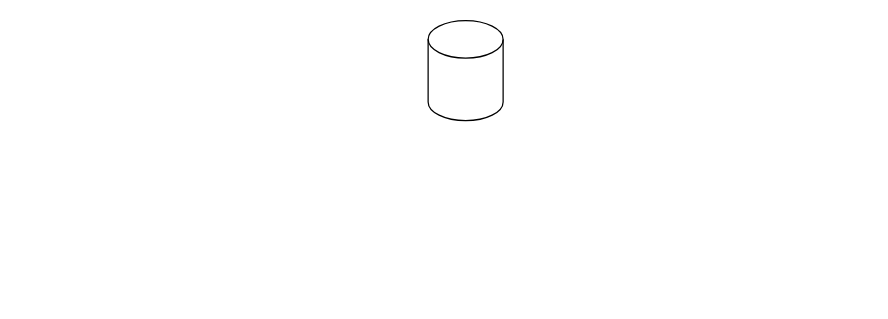
Above: test.drawio in hahadaxia/diagrams (draw.io), before the change. Source tidied: cells renumbered, new cells numbered last; positions are measured from the earlier drawing's top-left corner, leaving out a move shared by most shapes. Both pictures are drawn from the tidied source at 125%, with x=0, y=0 at pixel (428, 20).
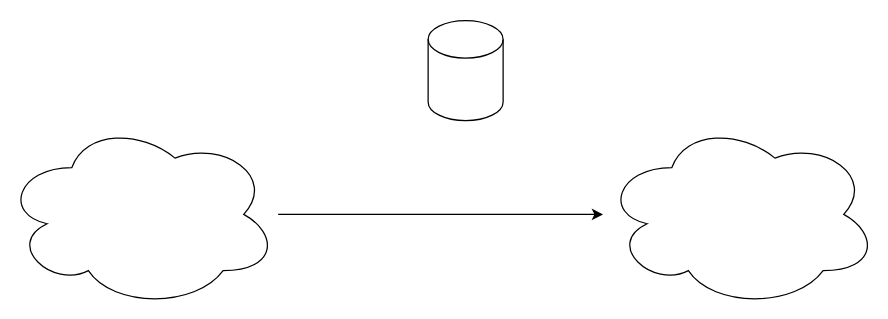
Above is the later version.

Change to the diagram source:
```diff
@@
 <mxGraphModel>
   <root>
     <mxCell id="0" />
     <mxCell id="1" parent="0" />
     <mxCell id="2" style="shape=cylinder3;whiteSpace=wrap;html=1;boundedLbl=1;backgroundOutline=1;size=15;" parent="1" vertex="1">
       <mxGeometry width="60" height="80" as="geometry" />
     </mxCell>
+    <mxCell id="3" style="edgeStyle=orthogonalEdgeStyle;rounded=0;jettySize=auto;html=1;" parent="1" edge="1" source="4" target="5">
+      <mxGeometry relative="1" as="geometry" />
+    </mxCell>
+    <mxCell id="4" style="ellipse;shape=cloud;whiteSpace=wrap;html=1;" parent="1" vertex="1">
+      <mxGeometry x="-340" y="80" width="220" height="150" as="geometry" />
+    </mxCell>
+    <mxCell id="5" style="ellipse;shape=cloud;whiteSpace=wrap;html=1;" parent="1" vertex="1">
+      <mxGeometry x="140" y="80" width="220" height="150" as="geometry" />
+    </mxCell>
   </root>
 </mxGraphModel>
```
